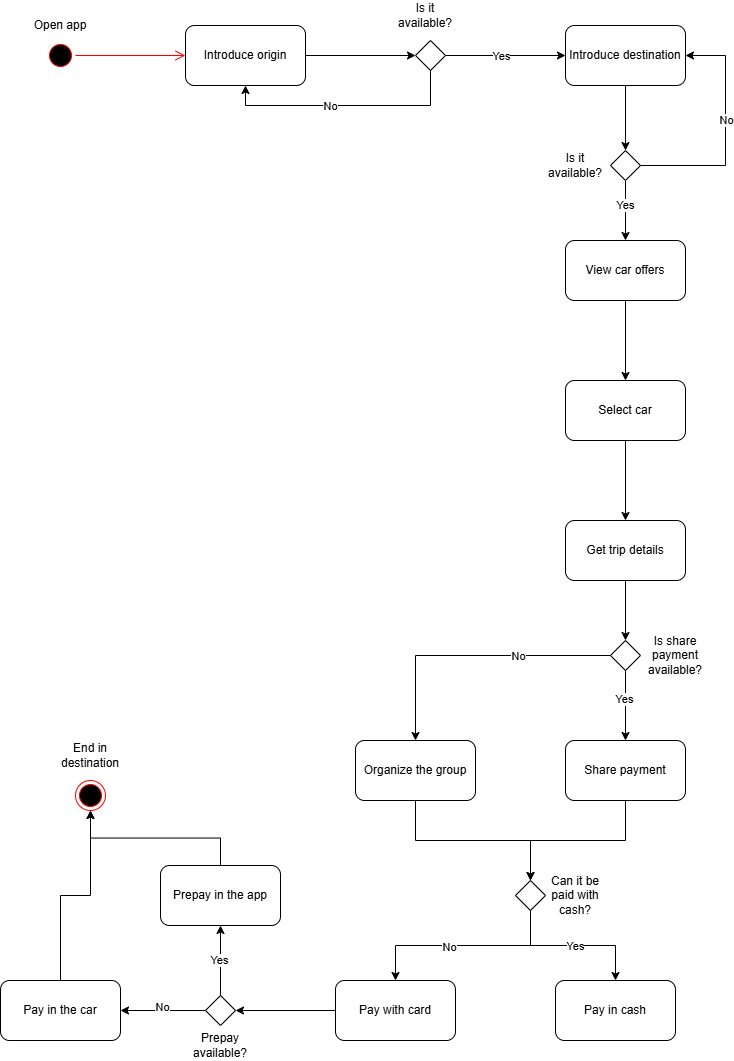
This is pruebas/prueba8/Uber/Uber activity diagram.drawio.png from anderesor-star/pruebas, a draw.io export, as it was before one commit. Source tidied: cells renumbered, new cells last; positions are measured from the earlier drawing's top-left corner, leaving out a move shared by most shapes. Source of this version:
```xml
<mxGraphModel>
  <root>
    <mxCell id="0" />
    <mxCell id="1" parent="0" />
    <mxCell id="2" style="ellipse;html=1;shape=startState;fillColor=#000000;strokeColor=#ff0000;" parent="1" vertex="1">
      <mxGeometry x="45" y="40" width="30" height="30" as="geometry" />
    </mxCell>
    <mxCell id="3" style="edgeStyle=orthogonalEdgeStyle;html=1;verticalAlign=bottom;endArrow=open;endSize=8;strokeColor=#ff0000;rounded=0;" parent="1" edge="1" source="2">
      <mxGeometry relative="1" as="geometry">
        <mxPoint x="185" y="55" as="targetPoint" />
      </mxGeometry>
    </mxCell>
    <mxCell id="4" value="Open app" style="text;html=1;whiteSpace=wrap;strokeColor=none;fillColor=none;align=center;verticalAlign=middle;rounded=0;" parent="1" vertex="1">
      <mxGeometry x="30" y="10" width="60" height="30" as="geometry" />
    </mxCell>
    <mxCell id="5" style="edgeStyle=orthogonalEdgeStyle;rounded=0;jettySize=auto;html=1;exitX=1;exitY=0.5;exitDx=0;exitDy=0;entryX=0;entryY=0.5;entryDx=0;entryDy=0;" parent="1" edge="1" source="6" target="11">
      <mxGeometry relative="1" as="geometry" />
    </mxCell>
    <mxCell id="6" value="Introduce origin" style="rounded=1;whiteSpace=wrap;html=1;" parent="1" vertex="1">
      <mxGeometry x="185" y="25" width="120" height="60" as="geometry" />
    </mxCell>
    <mxCell id="7" style="edgeStyle=orthogonalEdgeStyle;rounded=0;jettySize=auto;html=1;exitX=1;exitY=0.5;exitDx=0;exitDy=0;" parent="1" edge="1" source="11" target="14">
      <mxGeometry relative="1" as="geometry" />
    </mxCell>
    <mxCell id="8" value="Yes" style="edgeLabel;html=1;align=center;verticalAlign=middle;" parent="7" vertex="1">
      <mxGeometry x="-0.07" y="-1" relative="1" as="geometry" />
    </mxCell>
    <mxCell id="9" style="edgeStyle=orthogonalEdgeStyle;rounded=0;jettySize=auto;html=1;exitX=0.5;exitY=1;exitDx=0;exitDy=0;entryX=0.5;entryY=1;entryDx=0;entryDy=0;" parent="1" edge="1" source="11" target="6">
      <mxGeometry relative="1" as="geometry" />
    </mxCell>
    <mxCell id="10" value="No" style="edgeLabel;html=1;align=center;verticalAlign=middle;" parent="9" vertex="1">
      <mxGeometry x="0.13" y="1" relative="1" as="geometry" />
    </mxCell>
    <mxCell id="11" style="rhombus;whiteSpace=wrap;html=1;" parent="1" vertex="1">
      <mxGeometry x="415" y="40" width="30" height="30" as="geometry" />
    </mxCell>
    <mxCell id="12" value="Is it available?" style="text;html=1;whiteSpace=wrap;strokeColor=none;fillColor=none;align=center;verticalAlign=middle;rounded=0;" parent="1" vertex="1">
      <mxGeometry x="395" width="60" height="30" as="geometry" />
    </mxCell>
    <mxCell id="13" style="edgeStyle=orthogonalEdgeStyle;rounded=0;jettySize=auto;html=1;exitX=0.5;exitY=1;exitDx=0;exitDy=0;entryX=0.5;entryY=0;entryDx=0;entryDy=0;" parent="1" edge="1" source="14" target="19">
      <mxGeometry relative="1" as="geometry" />
    </mxCell>
    <mxCell id="14" value="Introduce destination" style="rounded=1;whiteSpace=wrap;html=1;" parent="1" vertex="1">
      <mxGeometry x="565" y="25" width="120" height="60" as="geometry" />
    </mxCell>
    <mxCell id="15" style="edgeStyle=orthogonalEdgeStyle;rounded=0;jettySize=auto;html=1;exitX=1;exitY=0.5;exitDx=0;exitDy=0;entryX=1;entryY=0.5;entryDx=0;entryDy=0;" parent="1" edge="1" source="19" target="14">
      <mxGeometry relative="1" as="geometry">
        <Array as="points">
          <mxPoint x="725" y="165" />
          <mxPoint x="725" y="55" />
        </Array>
      </mxGeometry>
    </mxCell>
    <mxCell id="16" value="No" style="edgeLabel;html=1;align=center;verticalAlign=middle;" parent="15" vertex="1">
      <mxGeometry x="0.12" y="-1" relative="1" as="geometry" />
    </mxCell>
    <mxCell id="17" style="edgeStyle=orthogonalEdgeStyle;rounded=0;jettySize=auto;html=1;exitX=0.5;exitY=1;exitDx=0;exitDy=0;entryX=0.5;entryY=0;entryDx=0;entryDy=0;" parent="1" edge="1" source="19" target="22">
      <mxGeometry relative="1" as="geometry" />
    </mxCell>
    <mxCell id="18" value="Yes" style="edgeLabel;html=1;align=center;verticalAlign=middle;" parent="17" vertex="1">
      <mxGeometry x="-0.17" relative="1" as="geometry" />
    </mxCell>
    <mxCell id="19" style="rhombus;whiteSpace=wrap;html=1;" parent="1" vertex="1">
      <mxGeometry x="610" y="150" width="30" height="30" as="geometry" />
    </mxCell>
    <mxCell id="20" value="Is it available?" style="text;html=1;whiteSpace=wrap;strokeColor=none;fillColor=none;align=center;verticalAlign=middle;rounded=0;" parent="1" vertex="1">
      <mxGeometry x="545" y="150" width="60" height="30" as="geometry" />
    </mxCell>
    <mxCell id="21" style="edgeStyle=orthogonalEdgeStyle;rounded=0;jettySize=auto;html=1;" parent="1" edge="1" source="22" target="24">
      <mxGeometry relative="1" as="geometry" />
    </mxCell>
    <mxCell id="22" value="View car offers" style="rounded=1;whiteSpace=wrap;html=1;" parent="1" vertex="1">
      <mxGeometry x="565" y="240" width="120" height="60" as="geometry" />
    </mxCell>
    <mxCell id="23" style="edgeStyle=orthogonalEdgeStyle;rounded=0;jettySize=auto;html=1;" parent="1" edge="1" source="24" target="26">
      <mxGeometry relative="1" as="geometry" />
    </mxCell>
    <mxCell id="24" value="Select car" style="whiteSpace=wrap;html=1;rounded=1;" parent="1" vertex="1">
      <mxGeometry x="565" y="380" width="120" height="60" as="geometry" />
    </mxCell>
    <mxCell id="25" style="edgeStyle=orthogonalEdgeStyle;rounded=0;jettySize=auto;html=1;exitX=0.5;exitY=1;exitDx=0;exitDy=0;entryX=0.5;entryY=0;entryDx=0;entryDy=0;" parent="1" edge="1" source="26" target="31">
      <mxGeometry relative="1" as="geometry" />
    </mxCell>
    <mxCell id="26" value="Get trip details" style="whiteSpace=wrap;html=1;rounded=1;" parent="1" vertex="1">
      <mxGeometry x="565" y="520" width="120" height="60" as="geometry" />
    </mxCell>
    <mxCell id="27" style="edgeStyle=orthogonalEdgeStyle;rounded=0;jettySize=auto;html=1;exitX=0.5;exitY=1;exitDx=0;exitDy=0;entryX=0.5;entryY=0;entryDx=0;entryDy=0;" parent="1" edge="1" source="31" target="34">
      <mxGeometry relative="1" as="geometry" />
    </mxCell>
    <mxCell id="28" value="Yes" style="edgeLabel;html=1;align=center;verticalAlign=middle;" parent="27" vertex="1">
      <mxGeometry x="-0.2" y="-1" relative="1" as="geometry" />
    </mxCell>
    <mxCell id="29" style="edgeStyle=orthogonalEdgeStyle;rounded=0;jettySize=auto;html=1;exitX=0;exitY=0.5;exitDx=0;exitDy=0;entryX=0.5;entryY=0;entryDx=0;entryDy=0;" parent="1" edge="1" source="31" target="36">
      <mxGeometry relative="1" as="geometry" />
    </mxCell>
    <mxCell id="30" value="No" style="edgeLabel;html=1;align=center;verticalAlign=middle;" parent="29" vertex="1">
      <mxGeometry x="-0.34" y="1" relative="1" as="geometry" />
    </mxCell>
    <mxCell id="31" style="rhombus;whiteSpace=wrap;html=1;" parent="1" vertex="1">
      <mxGeometry x="610" y="640" width="30" height="30" as="geometry" />
    </mxCell>
    <mxCell id="32" value="Is share payment available?" style="text;html=1;whiteSpace=wrap;strokeColor=none;fillColor=none;align=center;verticalAlign=middle;rounded=0;" parent="1" vertex="1">
      <mxGeometry x="645" y="640" width="60" height="30" as="geometry" />
    </mxCell>
    <mxCell id="33" style="edgeStyle=orthogonalEdgeStyle;rounded=0;jettySize=auto;html=1;exitX=0.5;exitY=1;exitDx=0;exitDy=0;entryX=0.5;entryY=0;entryDx=0;entryDy=0;" parent="1" edge="1" source="34" target="41">
      <mxGeometry relative="1" as="geometry" />
    </mxCell>
    <mxCell id="34" value="Share payment" style="rounded=1;whiteSpace=wrap;html=1;" parent="1" vertex="1">
      <mxGeometry x="565" y="740" width="120" height="60" as="geometry" />
    </mxCell>
    <mxCell id="35" style="edgeStyle=orthogonalEdgeStyle;rounded=0;jettySize=auto;html=1;exitX=0.5;exitY=1;exitDx=0;exitDy=0;entryX=0.5;entryY=0;entryDx=0;entryDy=0;" parent="1" edge="1" source="36" target="41">
      <mxGeometry relative="1" as="geometry" />
    </mxCell>
    <mxCell id="36" value="Organize the group" style="rounded=1;whiteSpace=wrap;html=1;" parent="1" vertex="1">
      <mxGeometry x="355" y="740" width="120" height="60" as="geometry" />
    </mxCell>
    <mxCell id="37" style="edgeStyle=orthogonalEdgeStyle;rounded=0;jettySize=auto;html=1;exitX=0.5;exitY=1;exitDx=0;exitDy=0;entryX=0.5;entryY=0;entryDx=0;entryDy=0;" parent="1" edge="1" source="41" target="43">
      <mxGeometry relative="1" as="geometry" />
    </mxCell>
    <mxCell id="38" value="Yes" style="edgeLabel;html=1;align=center;verticalAlign=middle;" parent="37" vertex="1">
      <mxGeometry x="0.02" y="-1" relative="1" as="geometry" />
    </mxCell>
    <mxCell id="39" style="edgeStyle=orthogonalEdgeStyle;rounded=0;jettySize=auto;html=1;exitX=0.5;exitY=1;exitDx=0;exitDy=0;entryX=0.5;entryY=0;entryDx=0;entryDy=0;" parent="1" edge="1" source="41" target="45">
      <mxGeometry relative="1" as="geometry" />
    </mxCell>
    <mxCell id="40" value="No" style="edgeLabel;html=1;align=center;verticalAlign=middle;" parent="39" vertex="1">
      <mxGeometry x="0.14" y="2" relative="1" as="geometry" />
    </mxCell>
    <mxCell id="41" style="rhombus;whiteSpace=wrap;html=1;" parent="1" vertex="1">
      <mxGeometry x="515" y="880" width="30" height="30" as="geometry" />
    </mxCell>
    <mxCell id="42" value="Can it be paid with cash?" style="text;html=1;whiteSpace=wrap;strokeColor=none;fillColor=none;align=center;verticalAlign=middle;rounded=0;" parent="1" vertex="1">
      <mxGeometry x="545" y="880" width="60" height="30" as="geometry" />
    </mxCell>
    <mxCell id="43" value="Pay in cash" style="rounded=1;whiteSpace=wrap;html=1;" parent="1" vertex="1">
      <mxGeometry x="555" y="980" width="120" height="60" as="geometry" />
    </mxCell>
    <mxCell id="44" style="edgeStyle=orthogonalEdgeStyle;rounded=0;jettySize=auto;html=1;exitX=0;exitY=0.5;exitDx=0;exitDy=0;entryX=1;entryY=0.5;entryDx=0;entryDy=0;" parent="1" edge="1" source="45" target="50">
      <mxGeometry relative="1" as="geometry" />
    </mxCell>
    <mxCell id="45" value="Pay with card" style="rounded=1;whiteSpace=wrap;html=1;" parent="1" vertex="1">
      <mxGeometry x="335" y="980" width="120" height="60" as="geometry" />
    </mxCell>
    <mxCell id="46" style="edgeStyle=orthogonalEdgeStyle;rounded=0;jettySize=auto;html=1;exitX=0;exitY=0.5;exitDx=0;exitDy=0;entryX=1;entryY=0.5;entryDx=0;entryDy=0;" parent="1" edge="1" source="50" target="53">
      <mxGeometry relative="1" as="geometry" />
    </mxCell>
    <mxCell id="47" value="No" style="edgeLabel;html=1;align=center;verticalAlign=middle;" parent="46" vertex="1">
      <mxGeometry x="0.03" y="-3" relative="1" as="geometry" />
    </mxCell>
    <mxCell id="48" style="edgeStyle=orthogonalEdgeStyle;rounded=0;jettySize=auto;html=1;exitX=0.5;exitY=0;exitDx=0;exitDy=0;entryX=0.5;entryY=1;entryDx=0;entryDy=0;" parent="1" edge="1" source="50" target="55">
      <mxGeometry relative="1" as="geometry" />
    </mxCell>
    <mxCell id="49" value="Yes" style="edgeLabel;html=1;align=center;verticalAlign=middle;" parent="48" vertex="1">
      <mxGeometry x="0.49" y="-1" relative="1" as="geometry">
        <mxPoint x="-2" y="17" as="offset" />
      </mxGeometry>
    </mxCell>
    <mxCell id="50" style="rhombus;whiteSpace=wrap;html=1;" parent="1" vertex="1">
      <mxGeometry x="205" y="995" width="30" height="30" as="geometry" />
    </mxCell>
    <mxCell id="51" value="Prepay available?" style="text;html=1;whiteSpace=wrap;strokeColor=none;fillColor=none;align=center;verticalAlign=middle;rounded=0;" parent="1" vertex="1">
      <mxGeometry x="190" y="1030" width="60" height="30" as="geometry" />
    </mxCell>
    <mxCell id="52" style="edgeStyle=orthogonalEdgeStyle;rounded=0;jettySize=auto;html=1;exitX=0.5;exitY=0;exitDx=0;exitDy=0;entryX=0.5;entryY=1;entryDx=0;entryDy=0;" parent="1" edge="1" source="53" target="56">
      <mxGeometry relative="1" as="geometry" />
    </mxCell>
    <mxCell id="53" value="Pay in the car" style="rounded=1;whiteSpace=wrap;html=1;" parent="1" vertex="1">
      <mxGeometry y="980" width="120" height="60" as="geometry" />
    </mxCell>
    <mxCell id="54" style="edgeStyle=orthogonalEdgeStyle;rounded=0;jettySize=auto;html=1;exitX=0.5;exitY=0;exitDx=0;exitDy=0;entryX=0.5;entryY=1;entryDx=0;entryDy=0;" parent="1" edge="1" source="55" target="56">
      <mxGeometry relative="1" as="geometry" />
    </mxCell>
    <mxCell id="55" value="Prepay in the app" style="rounded=1;whiteSpace=wrap;html=1;" parent="1" vertex="1">
      <mxGeometry x="160" y="865" width="120" height="60" as="geometry" />
    </mxCell>
    <mxCell id="56" style="ellipse;html=1;shape=endState;fillColor=#000000;strokeColor=#ff0000;" parent="1" vertex="1">
      <mxGeometry x="75" y="780" width="30" height="30" as="geometry" />
    </mxCell>
    <mxCell id="57" value="End in destination" style="text;html=1;whiteSpace=wrap;strokeColor=none;fillColor=none;align=center;verticalAlign=middle;rounded=0;" parent="1" vertex="1">
      <mxGeometry x="60" y="740" width="60" height="30" as="geometry" />
    </mxCell>
  </root>
</mxGraphModel>
```
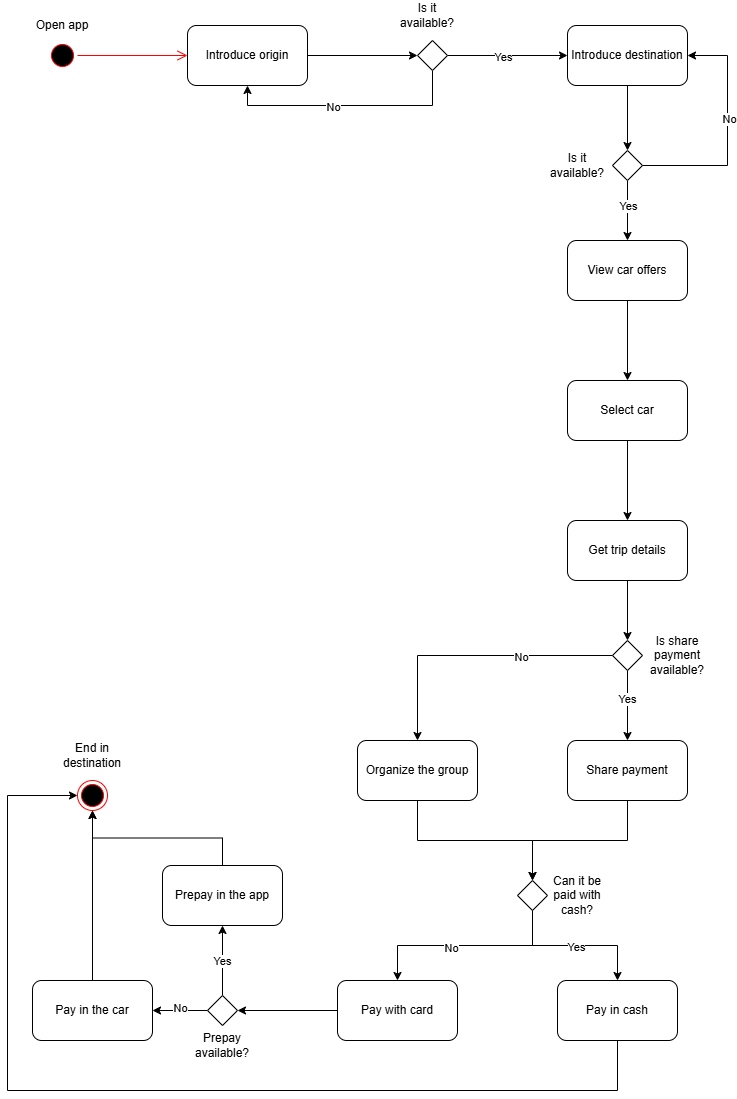
After the commit.

What changed in the source:
```diff
@@ -132,6 +132,15 @@
     <mxCell id="42" value="Can it be paid with cash?" style="text;html=1;whiteSpace=wrap;strokeColor=none;fillColor=none;align=center;verticalAlign=middle;rounded=0;" parent="1" vertex="1">
       <mxGeometry x="545" y="880" width="60" height="30" as="geometry" />
     </mxCell>
+    <mxCell id="58" style="edgeStyle=orthogonalEdgeStyle;rounded=0;jettySize=auto;html=1;exitX=0.5;exitY=1;exitDx=0;exitDy=0;entryX=0;entryY=0.5;entryDx=0;entryDy=0;" parent="1" edge="1" source="43" target="56">
+      <mxGeometry relative="1" as="geometry">
+        <Array as="points">
+          <mxPoint x="615" y="1090" />
+          <mxPoint x="5" y="1090" />
+          <mxPoint x="5" y="795" />
+        </Array>
+      </mxGeometry>
+    </mxCell>
     <mxCell id="43" value="Pay in cash" style="rounded=1;whiteSpace=wrap;html=1;" parent="1" vertex="1">
       <mxGeometry x="555" y="980" width="120" height="60" as="geometry" />
     </mxCell>
@@ -165,7 +174,7 @@
       <mxGeometry relative="1" as="geometry" />
     </mxCell>
     <mxCell id="53" value="Pay in the car" style="rounded=1;whiteSpace=wrap;html=1;" parent="1" vertex="1">
-      <mxGeometry y="980" width="120" height="60" as="geometry" />
+      <mxGeometry x="30" y="980" width="120" height="60" as="geometry" />
     </mxCell>
     <mxCell id="54" style="edgeStyle=orthogonalEdgeStyle;rounded=0;jettySize=auto;html=1;exitX=0.5;exitY=0;exitDx=0;exitDy=0;entryX=0.5;entryY=1;entryDx=0;entryDy=0;" parent="1" edge="1" source="55" target="56">
       <mxGeometry relative="1" as="geometry" />
```
